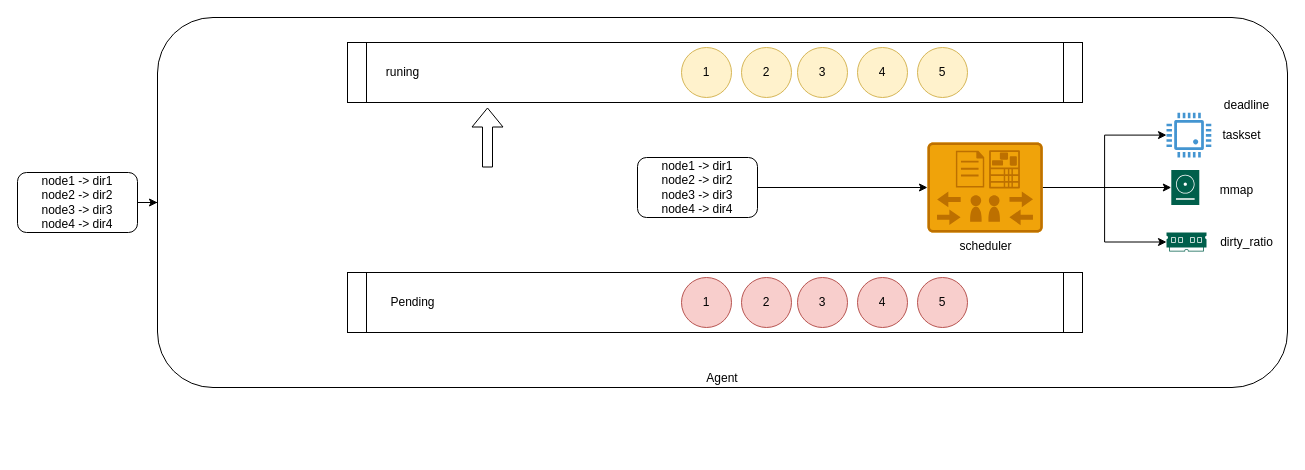
Before: page "监控调度，涉及内存" (4 of 4) of Untitled Diagram.drawio in woshidama323/DATAREPO, a draw.io diagram. Source tidied: cells renumbered, new cells numbered last; positions are measured from the earlier drawing's top-left corner, leaving out a move shared by most shapes. Both pictures are drawn from the tidied source at 100%, with x=0, y=0 at pixel (17, 17).
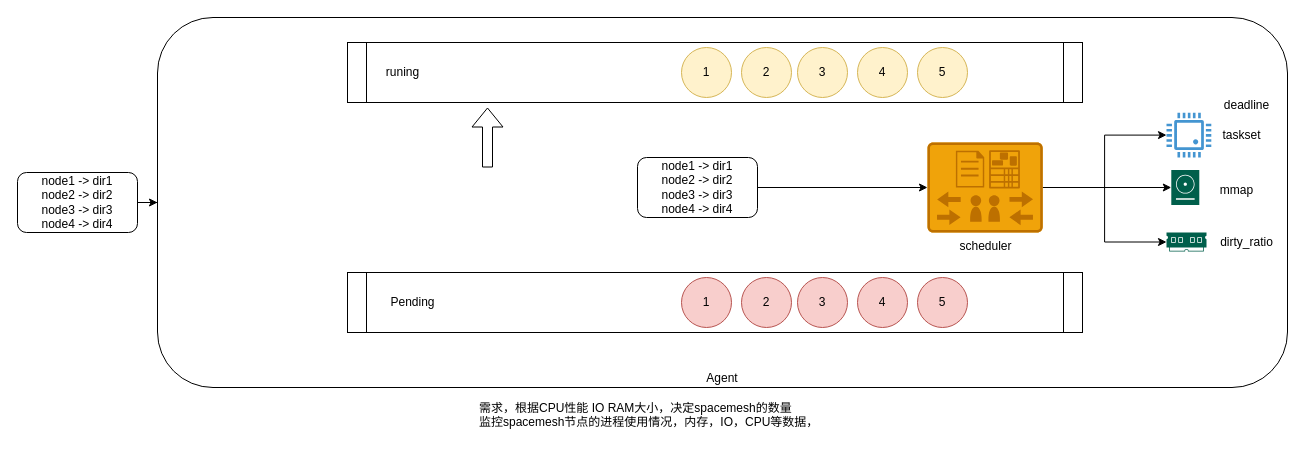
After the change.

The edit, as a diff of the source:
```diff
@@
+    <mxCell id="35" value="需求，根据CPU性能 IO RAM大小，决定spacemesh的数量&lt;br&gt;监控spacemesh节点的进程使用情况，内存，IO，CPU等数据，&lt;div&gt;&lt;br&gt;&lt;/div&gt;" style="text;html=1;align=left;verticalAlign=middle;strokeColor=none;fillColor=none;" parent="1" vertex="1">
+      <mxGeometry x="460" y="375" width="360" height="60" as="geometry" />
+    </mxCell>
```
